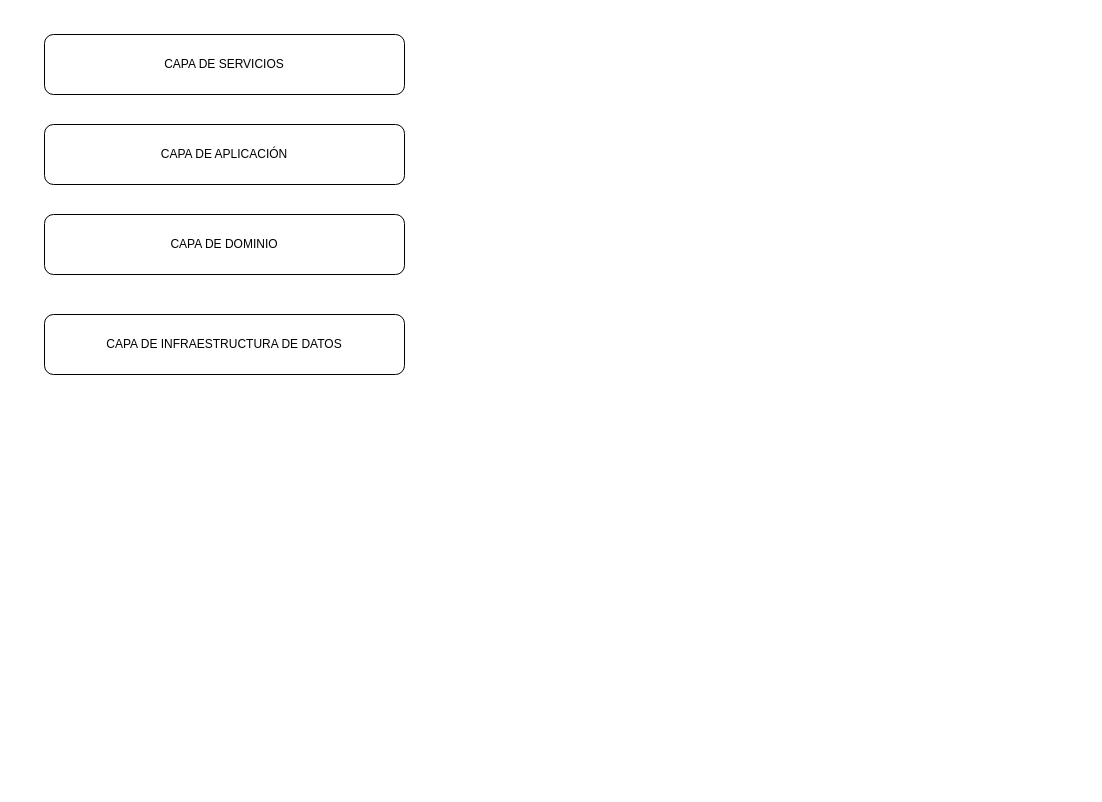
JAntoniodomga/Diagramas keeps this draw.io diagram as Untitled Diagram.drawio. Above is the earlier version. Source tidied: cells renumbered, new cells numbered last; positions are measured from the earlier drawing's top-left corner, leaving out a move shared by most shapes. Both pictures are drawn from the tidied source at 100%, with x=0, y=0 at pixel (44, 34).
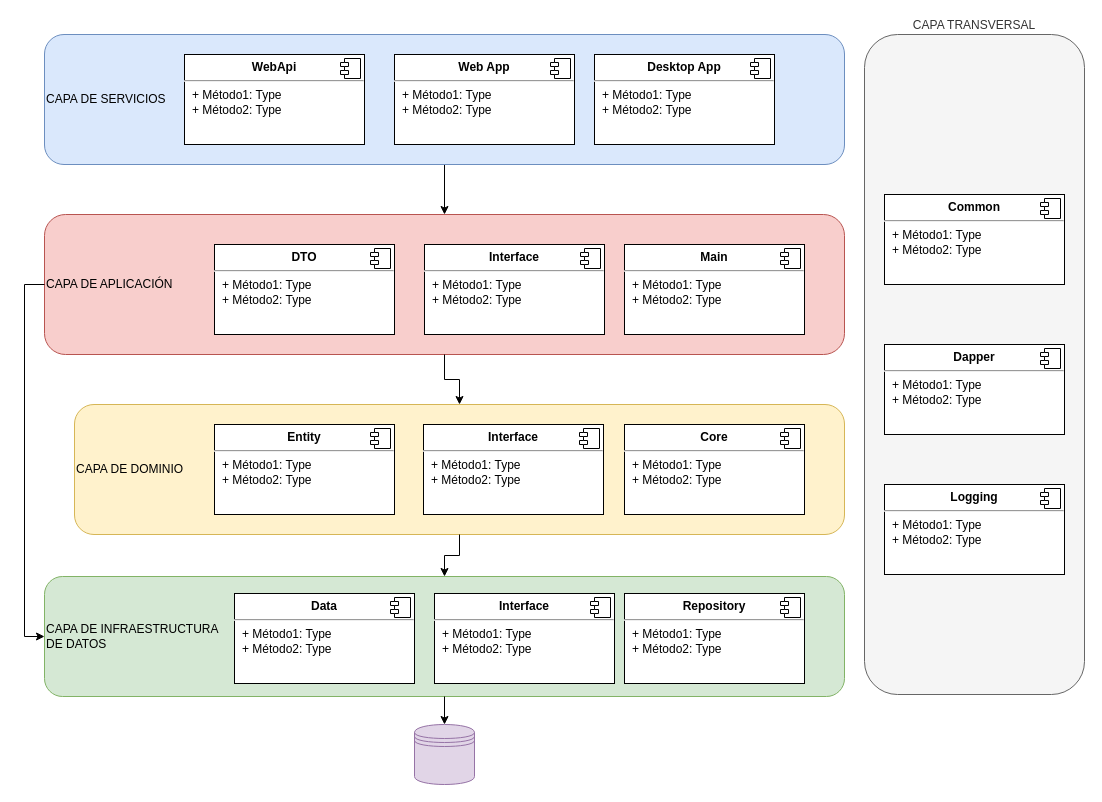
Above is the later version.

What changed in the source:
```diff
@@
+    <mxCell id="6" style="edgeStyle=orthogonalEdgeStyle;rounded=0;jettySize=auto;html=1;entryX=0.5;entryY=0;entryDx=0;entryDy=0;" parent="1" edge="1" source="2" target="3">
+      <mxGeometry relative="1" as="geometry" />
+    </mxCell>
-    <mxCell id="2" value="CAPA DE SERVICIOS" style="rounded=1;whiteSpace=wrap;html=1;" parent="1" vertex="1">
-      <mxGeometry width="360" height="60" as="geometry" />
+    <mxCell id="2" value="CAPA DE SERVICIOS" style="rounded=1;whiteSpace=wrap;html=1;align=left;fillColor=#dae8fc;strokeColor=#6c8ebf;" parent="1" vertex="1">
+      <mxGeometry width="800" height="130" as="geometry" />
     </mxCell>
+    <mxCell id="7" value="&lt;p style=&quot;margin:0px;margin-top:6px;text-align:center;&quot;&gt;&lt;b&gt;WebApi&lt;/b&gt;&lt;/p&gt;&lt;hr&gt;&lt;p style=&quot;margin:0px;margin-left:8px;&quot;&gt;+ Método1: Type&lt;br&gt;+ Método2: Type&lt;/p&gt;" style="align=left;overflow=fill;html=1;whiteSpace=wrap;" parent="1" vertex="1">
+      <mxGeometry x="140" y="20" width="180" height="90" as="geometry" />
+    </mxCell>
+    <mxCell id="8" style="shape=component;jettyWidth=8;jettyHeight=4;" parent="7" vertex="1">
+      <mxGeometry x="1" width="20" height="20" relative="1" as="geometry">
+        <mxPoint x="-24" y="4" as="offset" />
+      </mxGeometry>
+    </mxCell>
+    <mxCell id="9" value="&lt;p style=&quot;margin:0px;margin-top:6px;text-align:center;&quot;&gt;&lt;b&gt;Web App&lt;/b&gt;&lt;/p&gt;&lt;hr&gt;&lt;p style=&quot;margin:0px;margin-left:8px;&quot;&gt;+ Método1: Type&lt;br&gt;+ Método2: Type&lt;/p&gt;" style="align=left;overflow=fill;html=1;whiteSpace=wrap;" parent="1" vertex="1">
+      <mxGeometry x="350" y="20" width="180" height="90" as="geometry" />
+    </mxCell>
+    <mxCell id="10" style="shape=component;jettyWidth=8;jettyHeight=4;" parent="9" vertex="1">
+      <mxGeometry x="1" width="20" height="20" relative="1" as="geometry">
+        <mxPoint x="-24" y="4" as="offset" />
+      </mxGeometry>
+    </mxCell>
+    <mxCell id="11" style="group;" parent="1" vertex="1">
+      <mxGeometry y="552" width="800" height="110" as="geometry" />
+    </mxCell>
+    <mxCell id="5" value="CAPA DE INFRAESTRUCTURA&lt;br&gt;DE DATOS" style="rounded=1;whiteSpace=wrap;html=1;align=left;fillColor=#d5e8d4;strokeColor=#82b366;" parent="11" vertex="1">
+      <mxGeometry y="-10" width="800" height="120" as="geometry" />
+    </mxCell>
+    <mxCell id="12" value="&lt;p style=&quot;margin:0px;margin-top:6px;text-align:center;&quot;&gt;&lt;b&gt;Data&lt;/b&gt;&lt;/p&gt;&lt;hr&gt;&lt;p style=&quot;margin:0px;margin-left:8px;&quot;&gt;+ Método1: Type&lt;br&gt;+ Método2: Type&lt;/p&gt;" style="align=left;overflow=fill;html=1;whiteSpace=wrap;" parent="11" vertex="1">
+      <mxGeometry x="190" y="7" width="180" height="90" as="geometry" />
+    </mxCell>
+    <mxCell id="13" style="shape=component;jettyWidth=8;jettyHeight=4;" parent="12" vertex="1">
+      <mxGeometry x="1" width="20" height="20" relative="1" as="geometry">
+        <mxPoint x="-24" y="4" as="offset" />
+      </mxGeometry>
+    </mxCell>
+    <mxCell id="14" value="&lt;p style=&quot;margin:0px;margin-top:6px;text-align:center;&quot;&gt;&lt;b&gt;Interface&lt;/b&gt;&lt;/p&gt;&lt;hr&gt;&lt;p style=&quot;margin:0px;margin-left:8px;&quot;&gt;+ Método1: Type&lt;br&gt;+ Método2: Type&lt;/p&gt;" style="align=left;overflow=fill;html=1;whiteSpace=wrap;" parent="11" vertex="1">
+      <mxGeometry x="390" y="7" width="180" height="90" as="geometry" />
+    </mxCell>
+    <mxCell id="15" style="shape=component;jettyWidth=8;jettyHeight=4;" parent="14" vertex="1">
+      <mxGeometry x="1" width="20" height="20" relative="1" as="geometry">
+        <mxPoint x="-24" y="4" as="offset" />
+      </mxGeometry>
+    </mxCell>
+    <mxCell id="16" value="&lt;p style=&quot;margin:0px;margin-top:6px;text-align:center;&quot;&gt;&lt;b&gt;Repository&lt;/b&gt;&lt;/p&gt;&lt;hr&gt;&lt;p style=&quot;margin:0px;margin-left:8px;&quot;&gt;+ Método1: Type&lt;br&gt;+ Método2: Type&lt;/p&gt;" style="align=left;overflow=fill;html=1;whiteSpace=wrap;" parent="11" vertex="1">
+      <mxGeometry x="580" y="7" width="180" height="90" as="geometry" />
+    </mxCell>
+    <mxCell id="17" style="shape=component;jettyWidth=8;jettyHeight=4;" parent="16" vertex="1">
+      <mxGeometry x="1" width="20" height="20" relative="1" as="geometry">
+        <mxPoint x="-24" y="4" as="offset" />
+      </mxGeometry>
+    </mxCell>
+    <mxCell id="18" style="group;" parent="1" vertex="1">
+      <mxGeometry x="30" y="370" width="770" height="130" as="geometry" />
+    </mxCell>
+    <mxCell id="4" value="CAPA DE DOMINIO" style="rounded=1;whiteSpace=wrap;html=1;align=left;fillColor=#fff2cc;strokeColor=#d6b656;" parent="18" vertex="1">
+      <mxGeometry width="770" height="130" as="geometry" />
+    </mxCell>
+    <mxCell id="19" value="&lt;p style=&quot;margin:0px;margin-top:6px;text-align:center;&quot;&gt;&lt;b&gt;Entity&lt;/b&gt;&lt;/p&gt;&lt;hr&gt;&lt;p style=&quot;margin:0px;margin-left:8px;&quot;&gt;+ Método1: Type&lt;br&gt;+ Método2: Type&lt;/p&gt;" style="align=left;overflow=fill;html=1;whiteSpace=wrap;" parent="18" vertex="1">
+      <mxGeometry x="140" y="20" width="180" height="90" as="geometry" />
+    </mxCell>
+    <mxCell id="20" style="shape=component;jettyWidth=8;jettyHeight=4;" parent="19" vertex="1">
+      <mxGeometry x="1" width="20" height="20" relative="1" as="geometry">
+        <mxPoint x="-24" y="4" as="offset" />
+      </mxGeometry>
+    </mxCell>
+    <mxCell id="21" value="&lt;p style=&quot;margin:0px;margin-top:6px;text-align:center;&quot;&gt;&lt;b&gt;Interface&lt;/b&gt;&lt;/p&gt;&lt;hr&gt;&lt;p style=&quot;margin:0px;margin-left:8px;&quot;&gt;+ Método1: Type&lt;br&gt;+ Método2: Type&lt;/p&gt;" style="align=left;overflow=fill;html=1;whiteSpace=wrap;" parent="18" vertex="1">
+      <mxGeometry x="349" y="20" width="180" height="90" as="geometry" />
+    </mxCell>
+    <mxCell id="22" style="shape=component;jettyWidth=8;jettyHeight=4;" parent="21" vertex="1">
+      <mxGeometry x="1" width="20" height="20" relative="1" as="geometry">
+        <mxPoint x="-24" y="4" as="offset" />
+      </mxGeometry>
+    </mxCell>
+    <mxCell id="23" value="&lt;p style=&quot;margin:0px;margin-top:6px;text-align:center;&quot;&gt;&lt;b&gt;Core&lt;/b&gt;&lt;/p&gt;&lt;hr&gt;&lt;p style=&quot;margin:0px;margin-left:8px;&quot;&gt;+ Método1: Type&lt;br&gt;+ Método2: Type&lt;/p&gt;" style="align=left;overflow=fill;html=1;whiteSpace=wrap;" parent="18" vertex="1">
+      <mxGeometry x="550" y="20" width="180" height="90" as="geometry" />
+    </mxCell>
+    <mxCell id="24" style="shape=component;jettyWidth=8;jettyHeight=4;" parent="23" vertex="1">
+      <mxGeometry x="1" width="20" height="20" relative="1" as="geometry">
+        <mxPoint x="-24" y="4" as="offset" />
+      </mxGeometry>
+    </mxCell>
+    <mxCell id="25" style="group;" parent="1" vertex="1">
+      <mxGeometry y="180" width="800" height="140" as="geometry" />
+    </mxCell>
-    <mxCell id="3" value="CAPA DE APLICACIÓN" style="rounded=1;whiteSpace=wrap;html=1;" parent="1" vertex="1">
-      <mxGeometry y="90" width="360" height="60" as="geometry" />
+    <mxCell id="3" value="CAPA DE APLICACIÓN" style="rounded=1;whiteSpace=wrap;html=1;align=left;fillColor=#f8cecc;strokeColor=#b85450;" parent="25" vertex="1">
+      <mxGeometry width="800" height="140" as="geometry" />
     </mxCell>
-    <mxCell id="4" value="CAPA DE DOMINIO" style="rounded=1;whiteSpace=wrap;html=1;" parent="1" vertex="1">
-      <mxGeometry y="180" width="360" height="60" as="geometry" />
-    </mxCell>
-    <mxCell id="5" value="CAPA DE INFRAESTRUCTURA DE DATOS" style="rounded=1;whiteSpace=wrap;html=1;" parent="1" vertex="1">
-      <mxGeometry y="280" width="360" height="60" as="geometry" />
-    </mxCell>
+    <mxCell id="26" value="&lt;p style=&quot;margin:0px;margin-top:6px;text-align:center;&quot;&gt;&lt;b&gt;DTO&lt;/b&gt;&lt;/p&gt;&lt;hr&gt;&lt;p style=&quot;margin:0px;margin-left:8px;&quot;&gt;+ Método1: Type&lt;br&gt;+ Método2: Type&lt;/p&gt;" style="align=left;overflow=fill;html=1;whiteSpace=wrap;" parent="25" vertex="1">
+      <mxGeometry x="170" y="30" width="180" height="90" as="geometry" />
+    </mxCell>
+    <mxCell id="27" style="shape=component;jettyWidth=8;jettyHeight=4;" parent="26" vertex="1">
+      <mxGeometry x="1" width="20" height="20" relative="1" as="geometry">
+        <mxPoint x="-24" y="4" as="offset" />
+      </mxGeometry>
+    </mxCell>
+    <mxCell id="28" value="&lt;p style=&quot;margin:0px;margin-top:6px;text-align:center;&quot;&gt;&lt;b&gt;Interface&lt;/b&gt;&lt;/p&gt;&lt;hr&gt;&lt;p style=&quot;margin:0px;margin-left:8px;&quot;&gt;+ Método1: Type&lt;br&gt;+ Método2: Type&lt;/p&gt;" style="align=left;overflow=fill;html=1;whiteSpace=wrap;" parent="25" vertex="1">
+      <mxGeometry x="380" y="30" width="180" height="90" as="geometry" />
+    </mxCell>
+    <mxCell id="29" style="shape=component;jettyWidth=8;jettyHeight=4;" parent="28" vertex="1">
+      <mxGeometry x="1" width="20" height="20" relative="1" as="geometry">
+        <mxPoint x="-24" y="4" as="offset" />
+      </mxGeometry>
+    </mxCell>
+    <mxCell id="30" value="&lt;p style=&quot;margin:0px;margin-top:6px;text-align:center;&quot;&gt;&lt;b&gt;Main&lt;/b&gt;&lt;/p&gt;&lt;hr&gt;&lt;p style=&quot;margin:0px;margin-left:8px;&quot;&gt;+ Método1: Type&lt;br&gt;+ Método2: Type&lt;/p&gt;" style="align=left;overflow=fill;html=1;whiteSpace=wrap;" parent="25" vertex="1">
+      <mxGeometry x="580" y="30" width="180" height="90" as="geometry" />
+    </mxCell>
+    <mxCell id="31" style="shape=component;jettyWidth=8;jettyHeight=4;" parent="30" vertex="1">
+      <mxGeometry x="1" width="20" height="20" relative="1" as="geometry">
+        <mxPoint x="-24" y="4" as="offset" />
+      </mxGeometry>
+    </mxCell>
+    <mxCell id="32" style="edgeStyle=orthogonalEdgeStyle;rounded=0;jettySize=auto;html=1;entryX=0.5;entryY=0;entryDx=0;entryDy=0;" parent="1" edge="1" source="3" target="4">
+      <mxGeometry relative="1" as="geometry" />
+    </mxCell>
+    <mxCell id="33" style="edgeStyle=orthogonalEdgeStyle;rounded=0;jettySize=auto;html=1;entryX=0.5;entryY=0;entryDx=0;entryDy=0;" parent="1" edge="1" source="4" target="5">
+      <mxGeometry relative="1" as="geometry" />
+    </mxCell>
+    <mxCell id="34" style="edgeStyle=orthogonalEdgeStyle;rounded=0;jettySize=auto;html=1;entryX=0;entryY=0.5;entryDx=0;entryDy=0;" parent="1" edge="1" source="3" target="5">
+      <mxGeometry relative="1" as="geometry">
+        <Array as="points">
+          <mxPoint x="-20" y="250" />
+          <mxPoint x="-20" y="602" />
+        </Array>
+      </mxGeometry>
+    </mxCell>
+    <mxCell id="35" style="shape=datastore;whiteSpace=wrap;html=1;fillColor=#e1d5e7;strokeColor=#9673a6;" parent="1" vertex="1">
+      <mxGeometry x="370" y="690" width="60" height="60" as="geometry" />
+    </mxCell>
+    <mxCell id="36" style="edgeStyle=orthogonalEdgeStyle;rounded=0;jettySize=auto;html=1;entryX=0.5;entryY=0;entryDx=0;entryDy=0;" parent="1" edge="1" source="5" target="35">
+      <mxGeometry relative="1" as="geometry" />
+    </mxCell>
+    <mxCell id="37" value="&lt;p style=&quot;margin:0px;margin-top:6px;text-align:center;&quot;&gt;&lt;b&gt;Desktop App&lt;/b&gt;&lt;/p&gt;&lt;hr&gt;&lt;p style=&quot;margin:0px;margin-left:8px;&quot;&gt;+ Método1: Type&lt;br&gt;+ Método2: Type&lt;/p&gt;" style="align=left;overflow=fill;html=1;whiteSpace=wrap;" parent="1" vertex="1">
+      <mxGeometry x="550" y="20" width="180" height="90" as="geometry" />
+    </mxCell>
+    <mxCell id="38" style="shape=component;jettyWidth=8;jettyHeight=4;" parent="37" vertex="1">
+      <mxGeometry x="1" width="20" height="20" relative="1" as="geometry">
+        <mxPoint x="-24" y="4" as="offset" />
+      </mxGeometry>
+    </mxCell>
+    <mxCell id="39" value="CAPA TRANSVERSAL" style="rounded=1;whiteSpace=wrap;html=1;labelPosition=center;verticalLabelPosition=top;align=center;verticalAlign=bottom;fillColor=#f5f5f5;fontColor=#333333;strokeColor=#666666;" parent="1" vertex="1">
+      <mxGeometry x="820" width="220" height="660" as="geometry" />
+    </mxCell>
+    <mxCell id="40" value="&lt;p style=&quot;margin:0px;margin-top:6px;text-align:center;&quot;&gt;&lt;b&gt;Common&lt;/b&gt;&lt;/p&gt;&lt;hr&gt;&lt;p style=&quot;margin:0px;margin-left:8px;&quot;&gt;+ Método1: Type&lt;br&gt;+ Método2: Type&lt;/p&gt;" style="align=left;overflow=fill;html=1;whiteSpace=wrap;" parent="1" vertex="1">
+      <mxGeometry x="840" y="160" width="180" height="90" as="geometry" />
+    </mxCell>
+    <mxCell id="41" style="shape=component;jettyWidth=8;jettyHeight=4;" parent="40" vertex="1">
+      <mxGeometry x="1" width="20" height="20" relative="1" as="geometry">
+        <mxPoint x="-24" y="4" as="offset" />
+      </mxGeometry>
+    </mxCell>
+    <mxCell id="42" value="&lt;p style=&quot;margin:0px;margin-top:6px;text-align:center;&quot;&gt;&lt;b&gt;Dapper&lt;/b&gt;&lt;/p&gt;&lt;hr&gt;&lt;p style=&quot;margin:0px;margin-left:8px;&quot;&gt;+ Método1: Type&lt;br&gt;+ Método2: Type&lt;/p&gt;" style="align=left;overflow=fill;html=1;whiteSpace=wrap;" parent="1" vertex="1">
+      <mxGeometry x="840" y="310" width="180" height="90" as="geometry" />
+    </mxCell>
+    <mxCell id="43" style="shape=component;jettyWidth=8;jettyHeight=4;" parent="42" vertex="1">
+      <mxGeometry x="1" width="20" height="20" relative="1" as="geometry">
+        <mxPoint x="-24" y="4" as="offset" />
+      </mxGeometry>
+    </mxCell>
+    <mxCell id="44" value="&lt;p style=&quot;margin:0px;margin-top:6px;text-align:center;&quot;&gt;&lt;b&gt;Logging&lt;/b&gt;&lt;/p&gt;&lt;hr&gt;&lt;p style=&quot;margin:0px;margin-left:8px;&quot;&gt;+ Método1: Type&lt;br&gt;+ Método2: Type&lt;/p&gt;" style="align=left;overflow=fill;html=1;whiteSpace=wrap;" parent="1" vertex="1">
+      <mxGeometry x="840" y="450" width="180" height="90" as="geometry" />
+    </mxCell>
+    <mxCell id="45" style="shape=component;jettyWidth=8;jettyHeight=4;" parent="44" vertex="1">
+      <mxGeometry x="1" width="20" height="20" relative="1" as="geometry">
+        <mxPoint x="-24" y="4" as="offset" />
+      </mxGeometry>
+    </mxCell>
```
